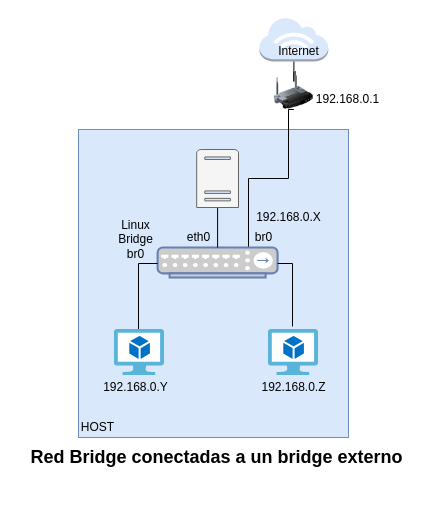
Above: modulo7/img/red_bridge.drawio in josedom24/curso_virtualizacion_linux (draw.io), before the change. Source tidied: cells renumbered, new cells numbered last; positions are measured from the earlier drawing's top-left corner, leaving out a move shared by most shapes. Both pictures are drawn from the tidied source at 100%, with x=0, y=0 at pixel (16, 17).
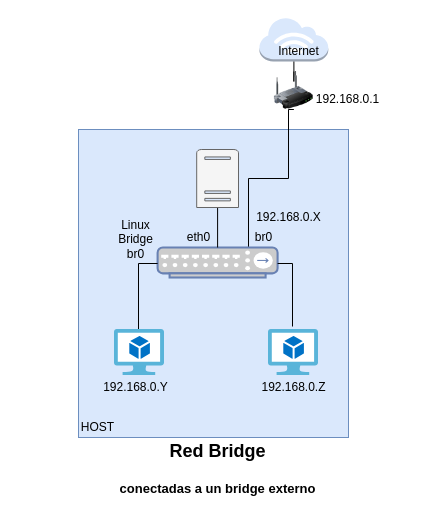
After the change.

The edit, as a diff of the source:
```diff
@@
-    <mxCell id="19" value="&lt;h2&gt;&lt;font size=&quot;1&quot;&gt;&lt;b style=&quot;font-size: 18px&quot;&gt;Red Bridge &lt;/b&gt;&lt;/font&gt;conectadas a un bridge externo&lt;font size=&quot;1&quot;&gt;&lt;b style=&quot;font-size: 18px&quot;&gt;&lt;/b&gt;&lt;/font&gt;&lt;/h2&gt;" style="text;html=1;align=center;verticalAlign=middle;fillColor=none;strokeColor=none;rounded=0;" parent="1" vertex="1">
-      <mxGeometry x="0.2" y="415" width="400" height="50" as="geometry" />
+    <mxCell id="19" value="&lt;h2&gt;&lt;font size=&quot;1&quot;&gt;&lt;b style=&quot;font-size: 18px&quot;&gt;Red Bridge &lt;br&gt;&lt;/b&gt;&lt;/font&gt;&lt;/h2&gt;&lt;h2 style=&quot;font-size: 13px;&quot;&gt;&lt;font size=&quot;1&quot;&gt;&lt;b style=&quot;font-size: 18px&quot;&gt;&lt;/b&gt;&lt;/font&gt;conectadas a un bridge externo&lt;font style=&quot;font-size: 13px;&quot;&gt;&lt;b style=&quot;&quot;&gt;&lt;/b&gt;&lt;/font&gt;&lt;/h2&gt;" style="text;html=1;align=center;verticalAlign=middle;fillColor=none;strokeColor=none;rounded=0;" parent="1" vertex="1">
+      <mxGeometry x="86.1" y="410" width="230" height="80" as="geometry" />
     </mxCell>
```
